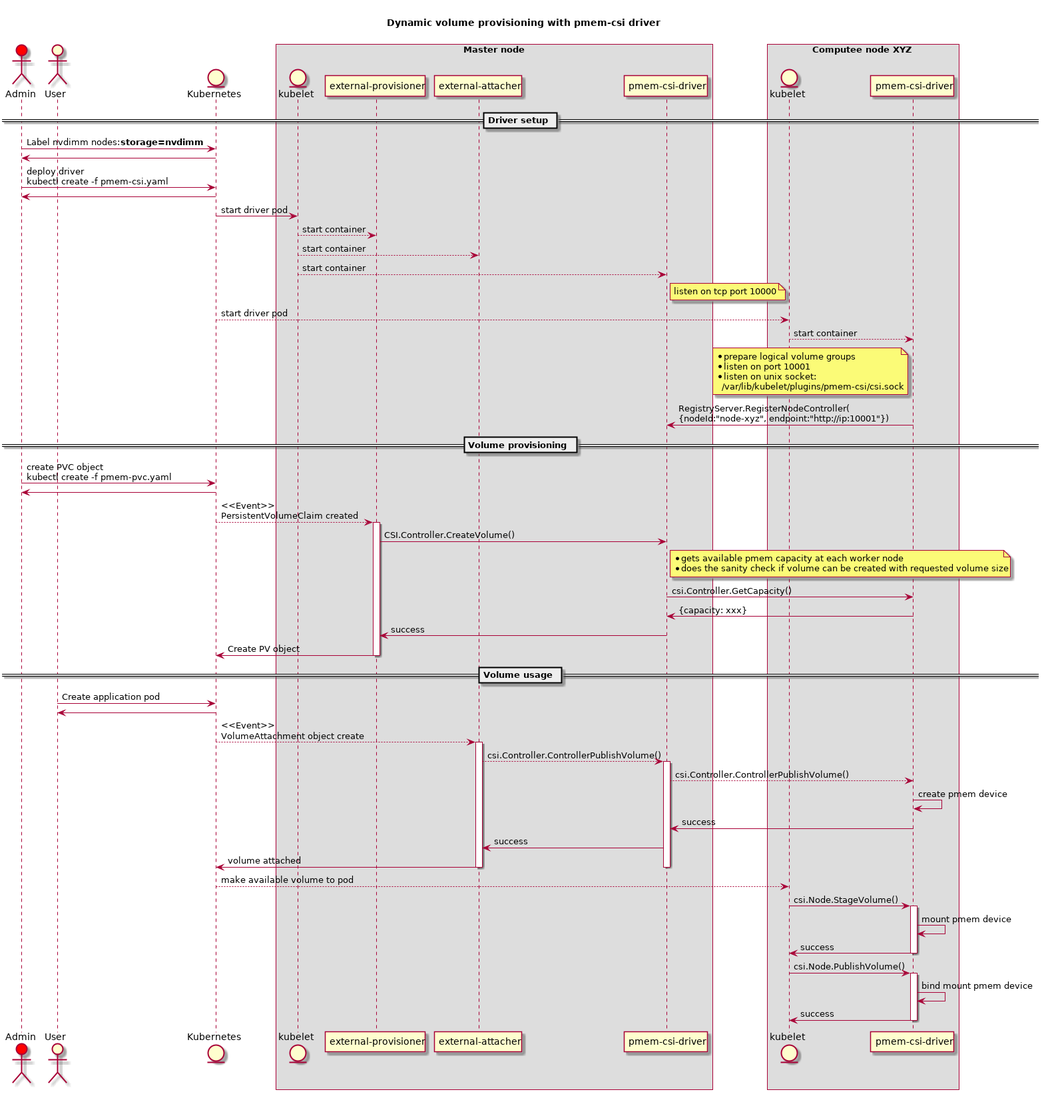
Earlier version of the PlantUML export docs/images/sequence/pmem-csi-sequence-diagram.png (intel/pmem-csi).
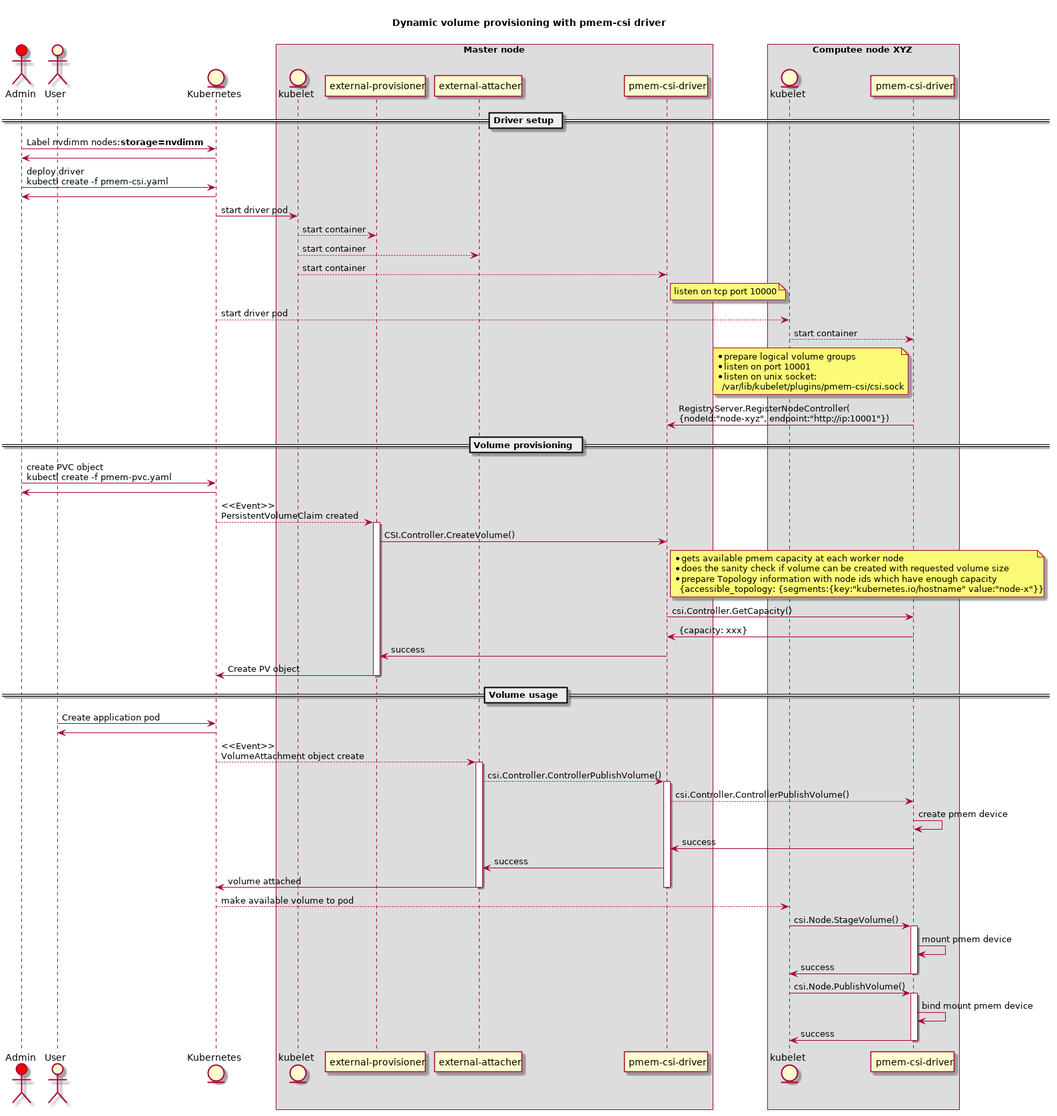
The same diagram one commit later.

Commit message:
Add Topology information to volume

What changed in the source:
```diff
@@ -51,6 +51,8 @@
 note right of masterdriver
     * gets available pmem capacity at each worker node
     * does the sanity check if volume can be created with requested volume size
+    * prepare Topology information with node ids which have enough capacity
+      {accessible_topology: {segments:{key:"kubernetes.io/hostname" value:"node-x"}}
 end note
 masterdriver->nodedriver:csi.Controller.GetCapacity()
 nodedriver->masterdriver:{capacity: xxx}
```
